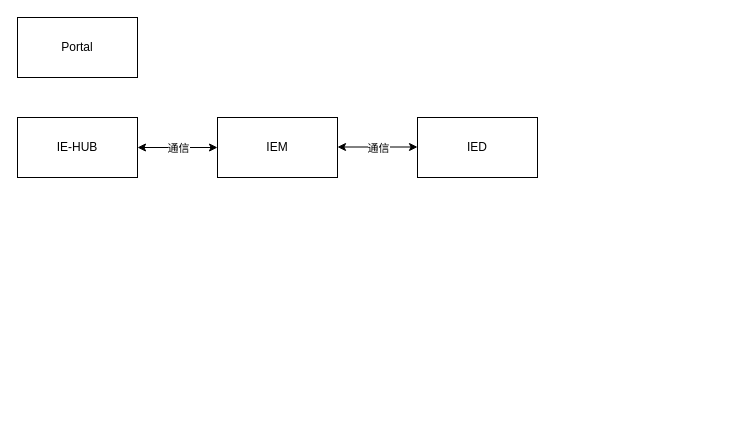
Before: Untitled Diagram.drawio in wkaca7114/documents, a draw.io diagram. Source tidied: cells renumbered, new cells numbered last; positions are measured from the earlier drawing's top-left corner, leaving out a move shared by most shapes. Both pictures are drawn from the tidied source at 100%, with x=0, y=0 at pixel (17, 17).
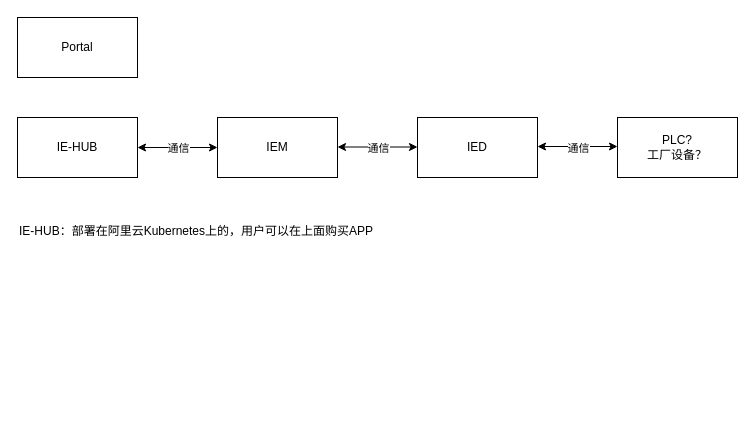
After the change.

Change to the diagram source:
```diff
@@
 <mxGraphModel>
   <root>
     <mxCell id="0" />
     <mxCell id="1" parent="0" />
     <mxCell id="2" value="Portal" style="rounded=0;whiteSpace=wrap;html=1;" parent="1" vertex="1">
       <mxGeometry width="120" height="60" as="geometry" />
     </mxCell>
     <mxCell id="3" value="IE-HUB" style="rounded=0;whiteSpace=wrap;html=1;" parent="1" vertex="1">
       <mxGeometry y="100" width="120" height="60" as="geometry" />
     </mxCell>
     <mxCell id="4" value="IEM" style="rounded=0;whiteSpace=wrap;html=1;" parent="1" vertex="1">
       <mxGeometry x="200" y="100" width="120" height="60" as="geometry" />
     </mxCell>
     <mxCell id="5" value="IED" style="rounded=0;whiteSpace=wrap;html=1;" parent="1" vertex="1">
       <mxGeometry x="400" y="100" width="120" height="60" as="geometry" />
     </mxCell>
     <mxCell id="6" style="endArrow=classic;startArrow=classic;html=1;entryX=0;entryY=0.5;entryDx=0;entryDy=0;" parent="1" edge="1" source="3" target="4">
       <mxGeometry relative="1" as="geometry" />
     </mxCell>
     <mxCell id="7" value="通信" style="edgeLabel;html=1;align=center;verticalAlign=middle;" parent="6" vertex="1">
       <mxGeometry x="0.4" y="1" relative="1" as="geometry">
         <mxPoint x="-16" y="1" as="offset" />
       </mxGeometry>
     </mxCell>
     <mxCell id="8" style="endArrow=classic;startArrow=classic;html=1;entryX=0;entryY=0.5;entryDx=0;entryDy=0;" parent="1" edge="1">
       <mxGeometry relative="1" as="geometry">
         <mxPoint x="320" y="129.5" as="sourcePoint" />
         <mxPoint x="400" y="129.5" as="targetPoint" />
       </mxGeometry>
     </mxCell>
     <mxCell id="9" value="通信" style="edgeLabel;html=1;align=center;verticalAlign=middle;" parent="1" vertex="1">
       <mxGeometry x="360" y="130" as="geometry" />
     </mxCell>
+    <mxCell id="10" value="PLC?&lt;br&gt;工厂设备？" style="rounded=0;whiteSpace=wrap;html=1;align=center;" parent="1" vertex="1">
+      <mxGeometry x="600" y="100" width="120" height="60" as="geometry" />
+    </mxCell>
+    <mxCell id="11" style="endArrow=classic;startArrow=classic;html=1;entryX=0;entryY=0.5;entryDx=0;entryDy=0;" parent="1" edge="1">
+      <mxGeometry relative="1" as="geometry">
+        <mxPoint x="520" y="129" as="sourcePoint" />
+        <mxPoint x="600" y="129" as="targetPoint" />
+      </mxGeometry>
+    </mxCell>
+    <mxCell id="12" value="通信" style="edgeLabel;html=1;align=center;verticalAlign=middle;" parent="11" vertex="1">
+      <mxGeometry x="0.32" relative="1" as="geometry">
+        <mxPoint x="-13" y="1" as="offset" />
+      </mxGeometry>
+    </mxCell>
+    <mxCell id="13" value="IE-HUB：部署在阿里云Kubernetes上的，用户可以在上面购买APP" style="text;html=1;strokeColor=none;fillColor=none;align=left;verticalAlign=top;whiteSpace=wrap;rounded=0;" parent="1" vertex="1">
+      <mxGeometry y="200" width="720" height="200" as="geometry" />
+    </mxCell>
   </root>
 </mxGraphModel>
```
